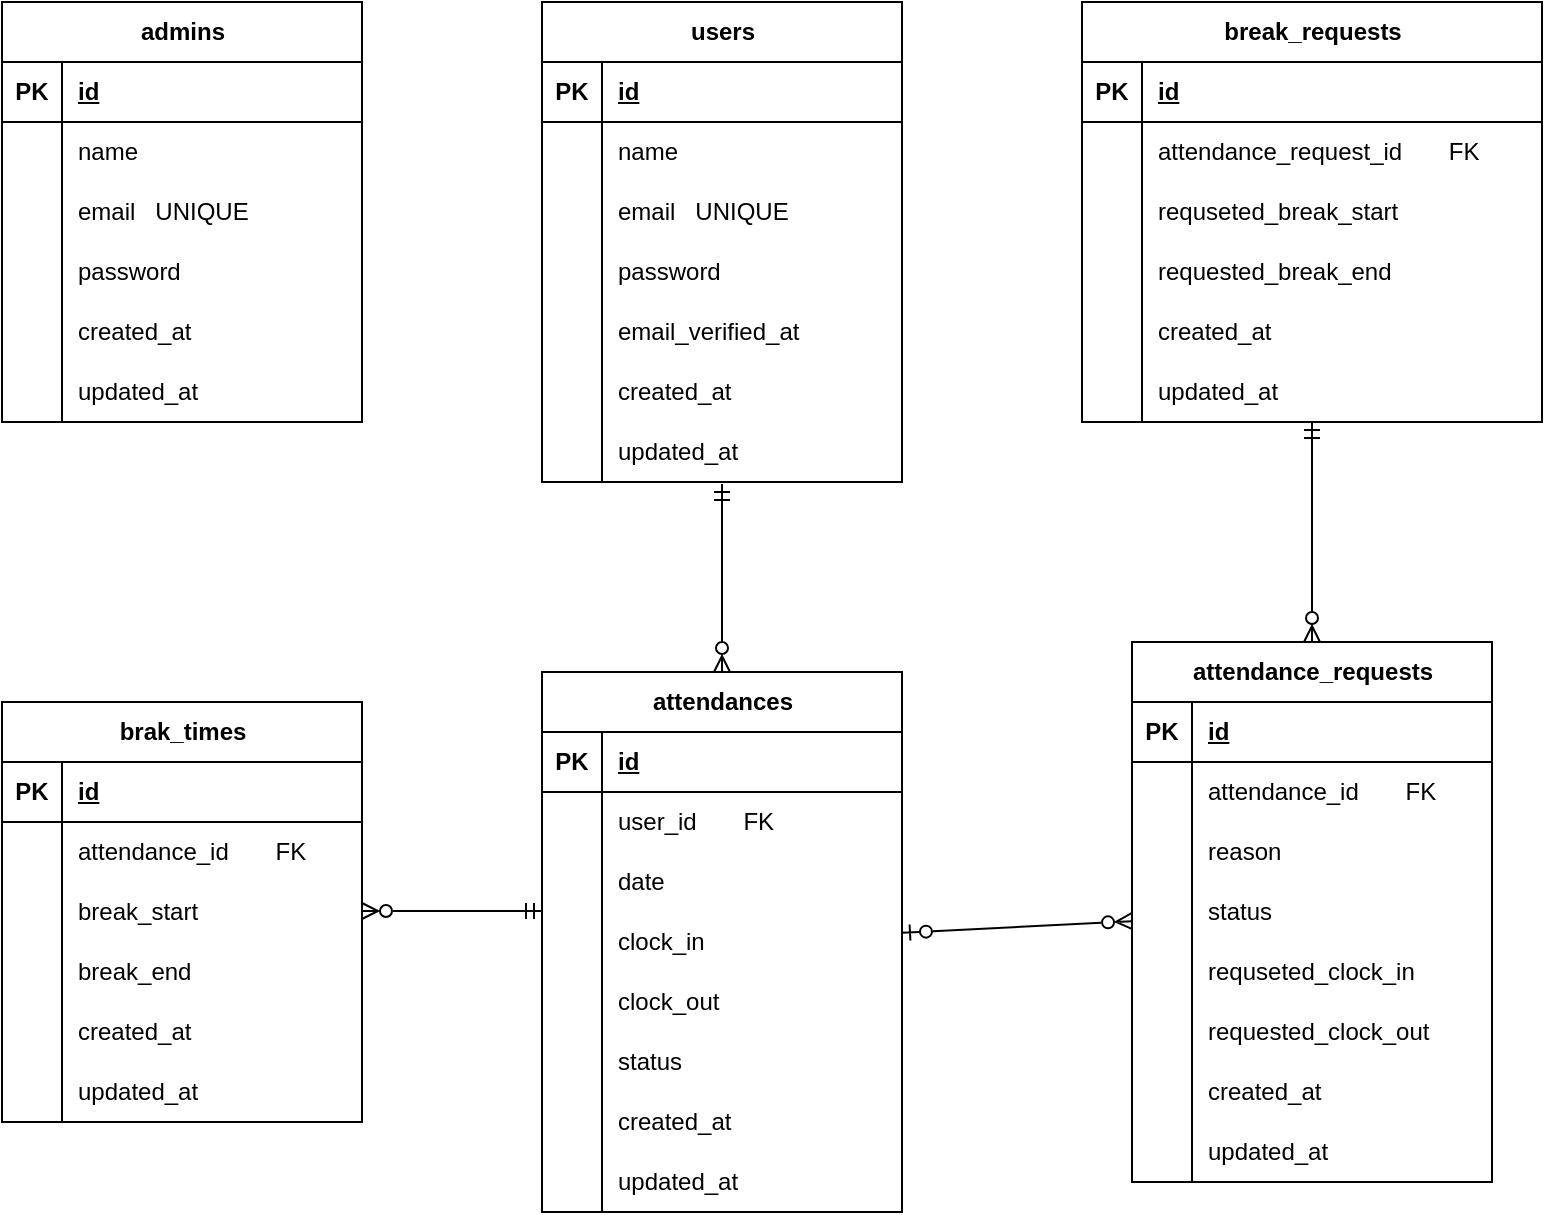
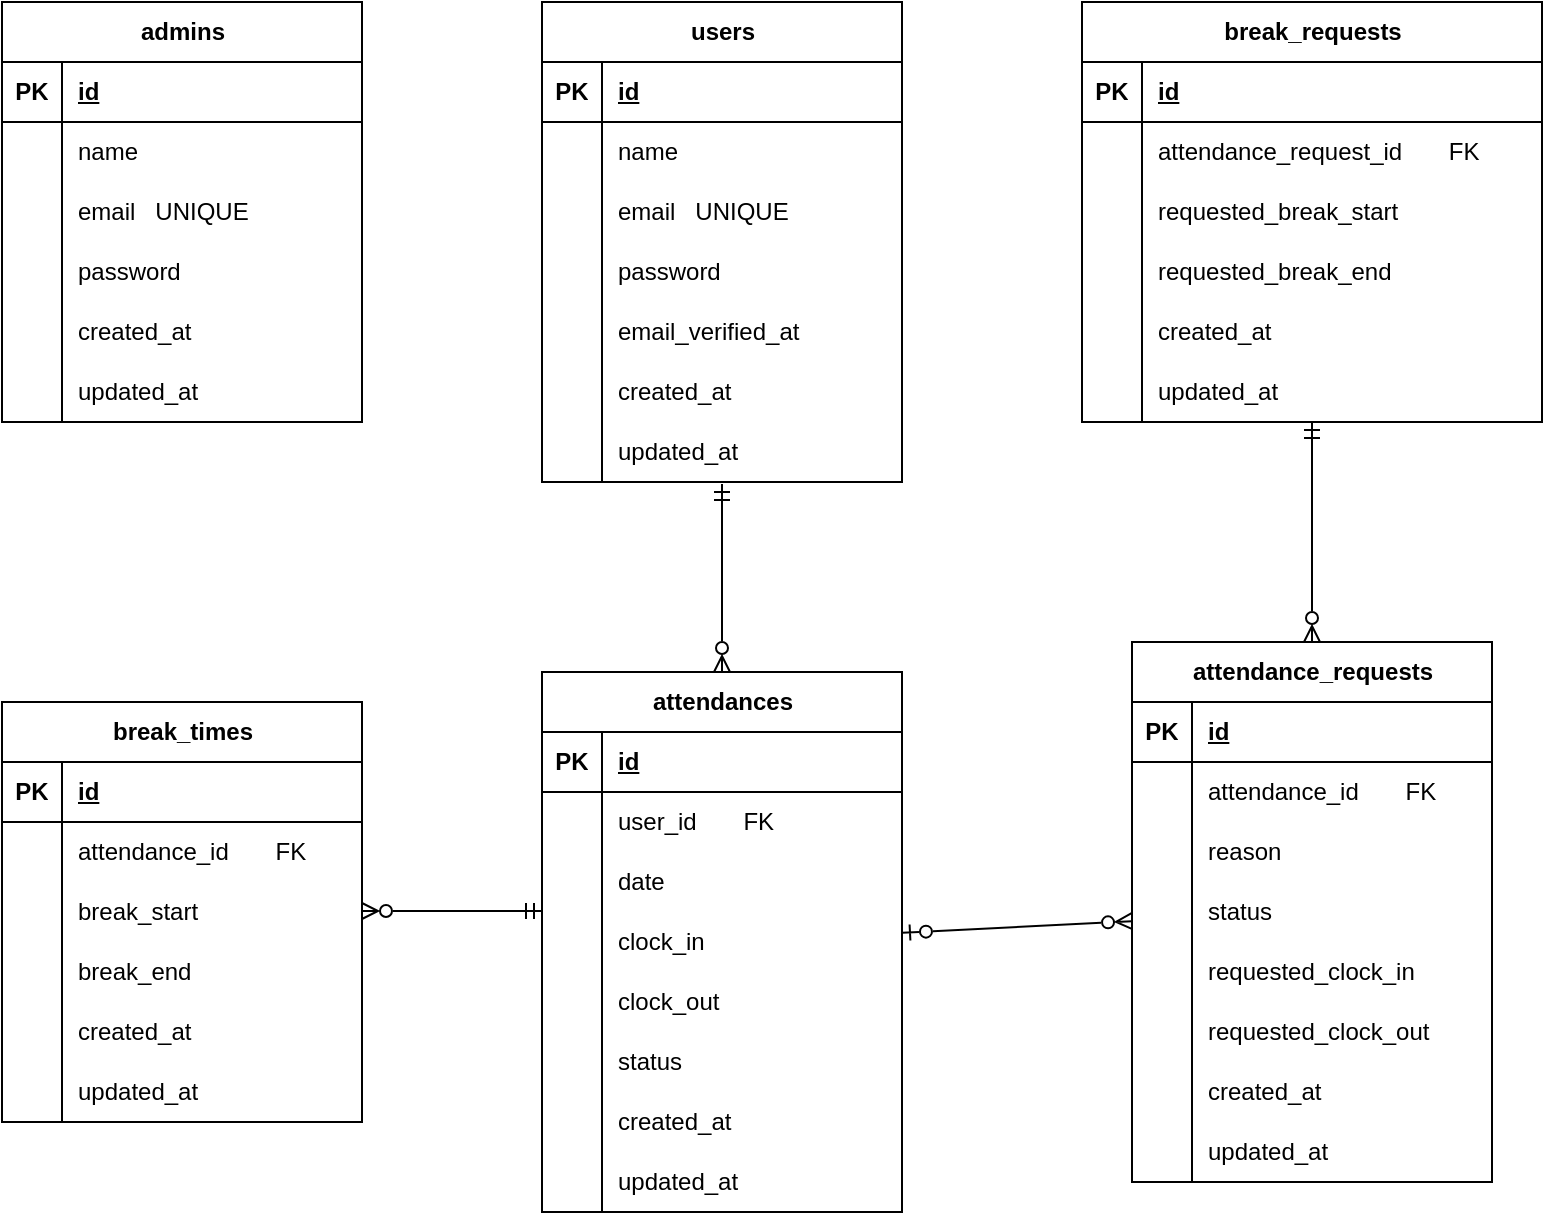
<mxfile host="65bd71144e">
    <diagram id="FCkMkoiWITbanCBnErXN" name="ページ1">
-         <mxGraphModel dx="640" dy="422" grid="1" gridSize="10" guides="1" tooltips="1" connect="1" arrows="1" fold="1" page="1" pageScale="1" pageWidth="827" pageHeight="1169" math="0" shadow="0">
+         <mxGraphModel dx="490" dy="538" grid="1" gridSize="10" guides="1" tooltips="1" connect="1" arrows="1" fold="1" page="1" pageScale="1" pageWidth="827" pageHeight="1169" math="0" shadow="0">
            <root>
                <mxCell id="0"/>
                <mxCell id="1" parent="0"/>
                <mxCell id="2" value="users" style="shape=table;startSize=30;container=1;collapsible=1;childLayout=tableLayout;fixedRows=1;rowLines=0;fontStyle=1;align=center;resizeLast=1;html=1;" parent="1" vertex="1">
                    <mxGeometry x="310" y="40" width="180" height="240" as="geometry"/>
                </mxCell>
                <mxCell id="3" value="" style="shape=tableRow;horizontal=0;startSize=0;swimlaneHead=0;swimlaneBody=0;fillColor=none;collapsible=0;dropTarget=0;points=[[0,0.5],[1,0.5]];portConstraint=eastwest;top=0;left=0;right=0;bottom=1;" parent="2" vertex="1">
                    <mxGeometry y="30" width="180" height="30" as="geometry"/>
                </mxCell>
                <mxCell id="4" value="PK" style="shape=partialRectangle;connectable=0;fillColor=none;top=0;left=0;bottom=0;right=0;fontStyle=1;overflow=hidden;whiteSpace=wrap;html=1;" parent="3" vertex="1">
                    <mxGeometry width="30" height="30" as="geometry">
                        <mxRectangle width="30" height="30" as="alternateBounds"/>
                    </mxGeometry>
                </mxCell>
                <mxCell id="5" value="id" style="shape=partialRectangle;connectable=0;fillColor=none;top=0;left=0;bottom=0;right=0;align=left;spacingLeft=6;fontStyle=5;overflow=hidden;whiteSpace=wrap;html=1;" parent="3" vertex="1">
                    <mxGeometry x="30" width="150" height="30" as="geometry">
                        <mxRectangle width="150" height="30" as="alternateBounds"/>
                    </mxGeometry>
                </mxCell>
                <mxCell id="6" value="" style="shape=tableRow;horizontal=0;startSize=0;swimlaneHead=0;swimlaneBody=0;fillColor=none;collapsible=0;dropTarget=0;points=[[0,0.5],[1,0.5]];portConstraint=eastwest;top=0;left=0;right=0;bottom=0;" parent="2" vertex="1">
                    <mxGeometry y="60" width="180" height="30" as="geometry"/>
                </mxCell>
                <mxCell id="7" value="" style="shape=partialRectangle;connectable=0;fillColor=none;top=0;left=0;bottom=0;right=0;editable=1;overflow=hidden;whiteSpace=wrap;html=1;" parent="6" vertex="1">
                    <mxGeometry width="30" height="30" as="geometry">
                        <mxRectangle width="30" height="30" as="alternateBounds"/>
                    </mxGeometry>
                </mxCell>
                <mxCell id="8" value="name" style="shape=partialRectangle;connectable=0;fillColor=none;top=0;left=0;bottom=0;right=0;align=left;spacingLeft=6;overflow=hidden;whiteSpace=wrap;html=1;" parent="6" vertex="1">
                    <mxGeometry x="30" width="150" height="30" as="geometry">
                        <mxRectangle width="150" height="30" as="alternateBounds"/>
                    </mxGeometry>
                </mxCell>
                <mxCell id="9" value="" style="shape=tableRow;horizontal=0;startSize=0;swimlaneHead=0;swimlaneBody=0;fillColor=none;collapsible=0;dropTarget=0;points=[[0,0.5],[1,0.5]];portConstraint=eastwest;top=0;left=0;right=0;bottom=0;" parent="2" vertex="1">
                    <mxGeometry y="90" width="180" height="30" as="geometry"/>
                </mxCell>
                <mxCell id="10" value="" style="shape=partialRectangle;connectable=0;fillColor=none;top=0;left=0;bottom=0;right=0;editable=1;overflow=hidden;whiteSpace=wrap;html=1;" parent="9" vertex="1">
                    <mxGeometry width="30" height="30" as="geometry">
                        <mxRectangle width="30" height="30" as="alternateBounds"/>
                    </mxGeometry>
                </mxCell>
                <mxCell id="11" value="email&amp;nbsp; &amp;nbsp;UNIQUE" style="shape=partialRectangle;connectable=0;fillColor=none;top=0;left=0;bottom=0;right=0;align=left;spacingLeft=6;overflow=hidden;whiteSpace=wrap;html=1;" parent="9" vertex="1">
                    <mxGeometry x="30" width="150" height="30" as="geometry">
                        <mxRectangle width="150" height="30" as="alternateBounds"/>
                    </mxGeometry>
                </mxCell>
                <mxCell id="12" value="" style="shape=tableRow;horizontal=0;startSize=0;swimlaneHead=0;swimlaneBody=0;fillColor=none;collapsible=0;dropTarget=0;points=[[0,0.5],[1,0.5]];portConstraint=eastwest;top=0;left=0;right=0;bottom=0;" parent="2" vertex="1">
                    <mxGeometry y="120" width="180" height="30" as="geometry"/>
                </mxCell>
                <mxCell id="13" value="" style="shape=partialRectangle;connectable=0;fillColor=none;top=0;left=0;bottom=0;right=0;editable=1;overflow=hidden;whiteSpace=wrap;html=1;" parent="12" vertex="1">
                    <mxGeometry width="30" height="30" as="geometry">
                        <mxRectangle width="30" height="30" as="alternateBounds"/>
                    </mxGeometry>
                </mxCell>
                <mxCell id="14" value="password" style="shape=partialRectangle;connectable=0;fillColor=none;top=0;left=0;bottom=0;right=0;align=left;spacingLeft=6;overflow=hidden;whiteSpace=wrap;html=1;" parent="12" vertex="1">
                    <mxGeometry x="30" width="150" height="30" as="geometry">
                        <mxRectangle width="150" height="30" as="alternateBounds"/>
                    </mxGeometry>
                </mxCell>
                <mxCell id="15" value="" style="shape=tableRow;horizontal=0;startSize=0;swimlaneHead=0;swimlaneBody=0;fillColor=none;collapsible=0;dropTarget=0;points=[[0,0.5],[1,0.5]];portConstraint=eastwest;top=0;left=0;right=0;bottom=0;" parent="2" vertex="1">
                    <mxGeometry y="150" width="180" height="30" as="geometry"/>
                </mxCell>
                <mxCell id="16" value="" style="shape=partialRectangle;connectable=0;fillColor=none;top=0;left=0;bottom=0;right=0;editable=1;overflow=hidden;whiteSpace=wrap;html=1;" parent="15" vertex="1">
                    <mxGeometry width="30" height="30" as="geometry">
                        <mxRectangle width="30" height="30" as="alternateBounds"/>
                    </mxGeometry>
                </mxCell>
                <mxCell id="17" value="email_verified_at" style="shape=partialRectangle;connectable=0;fillColor=none;top=0;left=0;bottom=0;right=0;align=left;spacingLeft=6;overflow=hidden;whiteSpace=wrap;html=1;" parent="15" vertex="1">
                    <mxGeometry x="30" width="150" height="30" as="geometry">
                        <mxRectangle width="150" height="30" as="alternateBounds"/>
                    </mxGeometry>
                </mxCell>
                <mxCell id="18" value="" style="shape=tableRow;horizontal=0;startSize=0;swimlaneHead=0;swimlaneBody=0;fillColor=none;collapsible=0;dropTarget=0;points=[[0,0.5],[1,0.5]];portConstraint=eastwest;top=0;left=0;right=0;bottom=0;" parent="2" vertex="1">
                    <mxGeometry y="180" width="180" height="30" as="geometry"/>
                </mxCell>
                <mxCell id="19" value="" style="shape=partialRectangle;connectable=0;fillColor=none;top=0;left=0;bottom=0;right=0;editable=1;overflow=hidden;whiteSpace=wrap;html=1;" parent="18" vertex="1">
                    <mxGeometry width="30" height="30" as="geometry">
                        <mxRectangle width="30" height="30" as="alternateBounds"/>
                    </mxGeometry>
                </mxCell>
                <mxCell id="20" value="created_at" style="shape=partialRectangle;connectable=0;fillColor=none;top=0;left=0;bottom=0;right=0;align=left;spacingLeft=6;overflow=hidden;whiteSpace=wrap;html=1;" parent="18" vertex="1">
                    <mxGeometry x="30" width="150" height="30" as="geometry">
                        <mxRectangle width="150" height="30" as="alternateBounds"/>
                    </mxGeometry>
                </mxCell>
                <mxCell id="21" value="" style="shape=tableRow;horizontal=0;startSize=0;swimlaneHead=0;swimlaneBody=0;fillColor=none;collapsible=0;dropTarget=0;points=[[0,0.5],[1,0.5]];portConstraint=eastwest;top=0;left=0;right=0;bottom=0;" parent="2" vertex="1">
                    <mxGeometry y="210" width="180" height="30" as="geometry"/>
                </mxCell>
                <mxCell id="22" value="" style="shape=partialRectangle;connectable=0;fillColor=none;top=0;left=0;bottom=0;right=0;editable=1;overflow=hidden;whiteSpace=wrap;html=1;" parent="21" vertex="1">
                    <mxGeometry width="30" height="30" as="geometry">
                        <mxRectangle width="30" height="30" as="alternateBounds"/>
                    </mxGeometry>
                </mxCell>
                <mxCell id="23" value="updated_at" style="shape=partialRectangle;connectable=0;fillColor=none;top=0;left=0;bottom=0;right=0;align=left;spacingLeft=6;overflow=hidden;whiteSpace=wrap;html=1;" parent="21" vertex="1">
                    <mxGeometry x="30" width="150" height="30" as="geometry">
                        <mxRectangle width="150" height="30" as="alternateBounds"/>
                    </mxGeometry>
                </mxCell>
                <mxCell id="24" value="admins" style="shape=table;startSize=30;container=1;collapsible=1;childLayout=tableLayout;fixedRows=1;rowLines=0;fontStyle=1;align=center;resizeLast=1;html=1;" parent="1" vertex="1">
                    <mxGeometry x="40" y="40" width="180" height="210" as="geometry"/>
                </mxCell>
                <mxCell id="25" value="" style="shape=tableRow;horizontal=0;startSize=0;swimlaneHead=0;swimlaneBody=0;fillColor=none;collapsible=0;dropTarget=0;points=[[0,0.5],[1,0.5]];portConstraint=eastwest;top=0;left=0;right=0;bottom=1;" parent="24" vertex="1">
                    <mxGeometry y="30" width="180" height="30" as="geometry"/>
                </mxCell>
                <mxCell id="26" value="PK" style="shape=partialRectangle;connectable=0;fillColor=none;top=0;left=0;bottom=0;right=0;fontStyle=1;overflow=hidden;whiteSpace=wrap;html=1;" parent="25" vertex="1">
                    <mxGeometry width="30" height="30" as="geometry">
                        <mxRectangle width="30" height="30" as="alternateBounds"/>
                    </mxGeometry>
                </mxCell>
                <mxCell id="27" value="id" style="shape=partialRectangle;connectable=0;fillColor=none;top=0;left=0;bottom=0;right=0;align=left;spacingLeft=6;fontStyle=5;overflow=hidden;whiteSpace=wrap;html=1;" parent="25" vertex="1">
                    <mxGeometry x="30" width="150" height="30" as="geometry">
                        <mxRectangle width="150" height="30" as="alternateBounds"/>
                    </mxGeometry>
                </mxCell>
                <mxCell id="28" value="" style="shape=tableRow;horizontal=0;startSize=0;swimlaneHead=0;swimlaneBody=0;fillColor=none;collapsible=0;dropTarget=0;points=[[0,0.5],[1,0.5]];portConstraint=eastwest;top=0;left=0;right=0;bottom=0;" parent="24" vertex="1">
                    <mxGeometry y="60" width="180" height="30" as="geometry"/>
                </mxCell>
                <mxCell id="29" value="" style="shape=partialRectangle;connectable=0;fillColor=none;top=0;left=0;bottom=0;right=0;editable=1;overflow=hidden;whiteSpace=wrap;html=1;" parent="28" vertex="1">
                    <mxGeometry width="30" height="30" as="geometry">
                        <mxRectangle width="30" height="30" as="alternateBounds"/>
                    </mxGeometry>
                </mxCell>
                <mxCell id="30" value="name" style="shape=partialRectangle;connectable=0;fillColor=none;top=0;left=0;bottom=0;right=0;align=left;spacingLeft=6;overflow=hidden;whiteSpace=wrap;html=1;" parent="28" vertex="1">
                    <mxGeometry x="30" width="150" height="30" as="geometry">
                        <mxRectangle width="150" height="30" as="alternateBounds"/>
                    </mxGeometry>
                </mxCell>
                <mxCell id="31" value="" style="shape=tableRow;horizontal=0;startSize=0;swimlaneHead=0;swimlaneBody=0;fillColor=none;collapsible=0;dropTarget=0;points=[[0,0.5],[1,0.5]];portConstraint=eastwest;top=0;left=0;right=0;bottom=0;" parent="24" vertex="1">
                    <mxGeometry y="90" width="180" height="30" as="geometry"/>
                </mxCell>
                <mxCell id="32" value="" style="shape=partialRectangle;connectable=0;fillColor=none;top=0;left=0;bottom=0;right=0;editable=1;overflow=hidden;whiteSpace=wrap;html=1;" parent="31" vertex="1">
                    <mxGeometry width="30" height="30" as="geometry">
                        <mxRectangle width="30" height="30" as="alternateBounds"/>
                    </mxGeometry>
                </mxCell>
                <mxCell id="33" value="email&amp;nbsp; &amp;nbsp;UNIQUE" style="shape=partialRectangle;connectable=0;fillColor=none;top=0;left=0;bottom=0;right=0;align=left;spacingLeft=6;overflow=hidden;whiteSpace=wrap;html=1;" parent="31" vertex="1">
                    <mxGeometry x="30" width="150" height="30" as="geometry">
                        <mxRectangle width="150" height="30" as="alternateBounds"/>
                    </mxGeometry>
                </mxCell>
                <mxCell id="34" value="" style="shape=tableRow;horizontal=0;startSize=0;swimlaneHead=0;swimlaneBody=0;fillColor=none;collapsible=0;dropTarget=0;points=[[0,0.5],[1,0.5]];portConstraint=eastwest;top=0;left=0;right=0;bottom=0;" parent="24" vertex="1">
                    <mxGeometry y="120" width="180" height="30" as="geometry"/>
                </mxCell>
                <mxCell id="35" value="" style="shape=partialRectangle;connectable=0;fillColor=none;top=0;left=0;bottom=0;right=0;editable=1;overflow=hidden;whiteSpace=wrap;html=1;" parent="34" vertex="1">
                    <mxGeometry width="30" height="30" as="geometry">
                        <mxRectangle width="30" height="30" as="alternateBounds"/>
                    </mxGeometry>
                </mxCell>
                <mxCell id="36" value="password" style="shape=partialRectangle;connectable=0;fillColor=none;top=0;left=0;bottom=0;right=0;align=left;spacingLeft=6;overflow=hidden;whiteSpace=wrap;html=1;" parent="34" vertex="1">
                    <mxGeometry x="30" width="150" height="30" as="geometry">
                        <mxRectangle width="150" height="30" as="alternateBounds"/>
                    </mxGeometry>
                </mxCell>
                <mxCell id="40" value="" style="shape=tableRow;horizontal=0;startSize=0;swimlaneHead=0;swimlaneBody=0;fillColor=none;collapsible=0;dropTarget=0;points=[[0,0.5],[1,0.5]];portConstraint=eastwest;top=0;left=0;right=0;bottom=0;" parent="24" vertex="1">
                    <mxGeometry y="150" width="180" height="30" as="geometry"/>
                </mxCell>
                <mxCell id="41" value="" style="shape=partialRectangle;connectable=0;fillColor=none;top=0;left=0;bottom=0;right=0;editable=1;overflow=hidden;whiteSpace=wrap;html=1;" parent="40" vertex="1">
                    <mxGeometry width="30" height="30" as="geometry">
                        <mxRectangle width="30" height="30" as="alternateBounds"/>
                    </mxGeometry>
                </mxCell>
                <mxCell id="42" value="created_at" style="shape=partialRectangle;connectable=0;fillColor=none;top=0;left=0;bottom=0;right=0;align=left;spacingLeft=6;overflow=hidden;whiteSpace=wrap;html=1;" parent="40" vertex="1">
                    <mxGeometry x="30" width="150" height="30" as="geometry">
                        <mxRectangle width="150" height="30" as="alternateBounds"/>
                    </mxGeometry>
                </mxCell>
                <mxCell id="43" value="" style="shape=tableRow;horizontal=0;startSize=0;swimlaneHead=0;swimlaneBody=0;fillColor=none;collapsible=0;dropTarget=0;points=[[0,0.5],[1,0.5]];portConstraint=eastwest;top=0;left=0;right=0;bottom=0;" parent="24" vertex="1">
                    <mxGeometry y="180" width="180" height="30" as="geometry"/>
                </mxCell>
                <mxCell id="44" value="" style="shape=partialRectangle;connectable=0;fillColor=none;top=0;left=0;bottom=0;right=0;editable=1;overflow=hidden;whiteSpace=wrap;html=1;" parent="43" vertex="1">
                    <mxGeometry width="30" height="30" as="geometry">
                        <mxRectangle width="30" height="30" as="alternateBounds"/>
                    </mxGeometry>
                </mxCell>
                <mxCell id="45" value="updated_at" style="shape=partialRectangle;connectable=0;fillColor=none;top=0;left=0;bottom=0;right=0;align=left;spacingLeft=6;overflow=hidden;whiteSpace=wrap;html=1;" parent="43" vertex="1">
                    <mxGeometry x="30" width="150" height="30" as="geometry">
                        <mxRectangle width="150" height="30" as="alternateBounds"/>
                    </mxGeometry>
                </mxCell>
                <mxCell id="48" value="attendances" style="shape=table;startSize=30;container=1;collapsible=1;childLayout=tableLayout;fixedRows=1;rowLines=0;fontStyle=1;align=center;resizeLast=1;html=1;" parent="1" vertex="1">
                    <mxGeometry x="310" y="375" width="180" height="270" as="geometry"/>
                </mxCell>
                <mxCell id="49" value="" style="shape=tableRow;horizontal=0;startSize=0;swimlaneHead=0;swimlaneBody=0;fillColor=none;collapsible=0;dropTarget=0;points=[[0,0.5],[1,0.5]];portConstraint=eastwest;top=0;left=0;right=0;bottom=1;" parent="48" vertex="1">
                    <mxGeometry y="30" width="180" height="30" as="geometry"/>
                </mxCell>
                <mxCell id="50" value="PK" style="shape=partialRectangle;connectable=0;fillColor=none;top=0;left=0;bottom=0;right=0;fontStyle=1;overflow=hidden;whiteSpace=wrap;html=1;" parent="49" vertex="1">
                    <mxGeometry width="30" height="30" as="geometry">
                        <mxRectangle width="30" height="30" as="alternateBounds"/>
                    </mxGeometry>
                </mxCell>
                <mxCell id="51" value="id" style="shape=partialRectangle;connectable=0;fillColor=none;top=0;left=0;bottom=0;right=0;align=left;spacingLeft=6;fontStyle=5;overflow=hidden;whiteSpace=wrap;html=1;" parent="49" vertex="1">
                    <mxGeometry x="30" width="150" height="30" as="geometry">
                        <mxRectangle width="150" height="30" as="alternateBounds"/>
                    </mxGeometry>
                </mxCell>
                <mxCell id="52" value="" style="shape=tableRow;horizontal=0;startSize=0;swimlaneHead=0;swimlaneBody=0;fillColor=none;collapsible=0;dropTarget=0;points=[[0,0.5],[1,0.5]];portConstraint=eastwest;top=0;left=0;right=0;bottom=0;" parent="48" vertex="1">
                    <mxGeometry y="60" width="180" height="30" as="geometry"/>
                </mxCell>
                <mxCell id="53" value="" style="shape=partialRectangle;connectable=0;fillColor=none;top=0;left=0;bottom=0;right=0;editable=1;overflow=hidden;whiteSpace=wrap;html=1;" parent="52" vertex="1">
                    <mxGeometry width="30" height="30" as="geometry">
                        <mxRectangle width="30" height="30" as="alternateBounds"/>
                    </mxGeometry>
                </mxCell>
                <mxCell id="54" value="user_id&amp;nbsp; &amp;nbsp; &amp;nbsp; &amp;nbsp;FK&amp;nbsp; &amp;nbsp;&amp;nbsp;" style="shape=partialRectangle;connectable=0;fillColor=none;top=0;left=0;bottom=0;right=0;align=left;spacingLeft=6;overflow=hidden;whiteSpace=wrap;html=1;" parent="52" vertex="1">
                    <mxGeometry x="30" width="150" height="30" as="geometry">
                        <mxRectangle width="150" height="30" as="alternateBounds"/>
                    </mxGeometry>
                </mxCell>
                <mxCell id="55" value="" style="shape=tableRow;horizontal=0;startSize=0;swimlaneHead=0;swimlaneBody=0;fillColor=none;collapsible=0;dropTarget=0;points=[[0,0.5],[1,0.5]];portConstraint=eastwest;top=0;left=0;right=0;bottom=0;" parent="48" vertex="1">
                    <mxGeometry y="90" width="180" height="30" as="geometry"/>
                </mxCell>
                <mxCell id="56" value="" style="shape=partialRectangle;connectable=0;fillColor=none;top=0;left=0;bottom=0;right=0;editable=1;overflow=hidden;whiteSpace=wrap;html=1;" parent="55" vertex="1">
                    <mxGeometry width="30" height="30" as="geometry">
                        <mxRectangle width="30" height="30" as="alternateBounds"/>
                    </mxGeometry>
                </mxCell>
                <mxCell id="57" value="date" style="shape=partialRectangle;connectable=0;fillColor=none;top=0;left=0;bottom=0;right=0;align=left;spacingLeft=6;overflow=hidden;whiteSpace=wrap;html=1;" parent="55" vertex="1">
                    <mxGeometry x="30" width="150" height="30" as="geometry">
                        <mxRectangle width="150" height="30" as="alternateBounds"/>
                    </mxGeometry>
                </mxCell>
                <mxCell id="58" value="" style="shape=tableRow;horizontal=0;startSize=0;swimlaneHead=0;swimlaneBody=0;fillColor=none;collapsible=0;dropTarget=0;points=[[0,0.5],[1,0.5]];portConstraint=eastwest;top=0;left=0;right=0;bottom=0;" parent="48" vertex="1">
                    <mxGeometry y="120" width="180" height="30" as="geometry"/>
                </mxCell>
                <mxCell id="59" value="" style="shape=partialRectangle;connectable=0;fillColor=none;top=0;left=0;bottom=0;right=0;editable=1;overflow=hidden;whiteSpace=wrap;html=1;" parent="58" vertex="1">
                    <mxGeometry width="30" height="30" as="geometry">
                        <mxRectangle width="30" height="30" as="alternateBounds"/>
                    </mxGeometry>
                </mxCell>
                <mxCell id="60" value="clock_in" style="shape=partialRectangle;connectable=0;fillColor=none;top=0;left=0;bottom=0;right=0;align=left;spacingLeft=6;overflow=hidden;whiteSpace=wrap;html=1;" parent="58" vertex="1">
                    <mxGeometry x="30" width="150" height="30" as="geometry">
                        <mxRectangle width="150" height="30" as="alternateBounds"/>
                    </mxGeometry>
                </mxCell>
                <mxCell id="61" value="" style="shape=tableRow;horizontal=0;startSize=0;swimlaneHead=0;swimlaneBody=0;fillColor=none;collapsible=0;dropTarget=0;points=[[0,0.5],[1,0.5]];portConstraint=eastwest;top=0;left=0;right=0;bottom=0;" parent="48" vertex="1">
                    <mxGeometry y="150" width="180" height="30" as="geometry"/>
                </mxCell>
                <mxCell id="62" value="" style="shape=partialRectangle;connectable=0;fillColor=none;top=0;left=0;bottom=0;right=0;editable=1;overflow=hidden;whiteSpace=wrap;html=1;" parent="61" vertex="1">
                    <mxGeometry width="30" height="30" as="geometry">
                        <mxRectangle width="30" height="30" as="alternateBounds"/>
                    </mxGeometry>
                </mxCell>
                <mxCell id="63" value="clock_out" style="shape=partialRectangle;connectable=0;fillColor=none;top=0;left=0;bottom=0;right=0;align=left;spacingLeft=6;overflow=hidden;whiteSpace=wrap;html=1;" parent="61" vertex="1">
                    <mxGeometry x="30" width="150" height="30" as="geometry">
                        <mxRectangle width="150" height="30" as="alternateBounds"/>
                    </mxGeometry>
                </mxCell>
-                 <mxCell id="160" style="shape=tableRow;horizontal=0;startSize=0;swimlaneHead=0;swimlaneBody=0;fillColor=none;collapsible=0;dropTarget=0;points=[[0,0.5],[1,0.5]];portConstraint=eastwest;top=0;left=0;right=0;bottom=0;" vertex="1" parent="48">
+                 <mxCell id="160" style="shape=tableRow;horizontal=0;startSize=0;swimlaneHead=0;swimlaneBody=0;fillColor=none;collapsible=0;dropTarget=0;points=[[0,0.5],[1,0.5]];portConstraint=eastwest;top=0;left=0;right=0;bottom=0;" parent="48" vertex="1">
                    <mxGeometry y="180" width="180" height="30" as="geometry"/>
                </mxCell>
-                 <mxCell id="161" style="shape=partialRectangle;connectable=0;fillColor=none;top=0;left=0;bottom=0;right=0;editable=1;overflow=hidden;whiteSpace=wrap;html=1;" vertex="1" parent="160">
-                     <mxGeometry width="30" height="30" as="geometry">
-                         <mxRectangle width="30" height="30" as="alternateBounds"/>
-                     </mxGeometry>
-                 </mxCell>
-                 <mxCell id="162" value="status" style="shape=partialRectangle;connectable=0;fillColor=none;top=0;left=0;bottom=0;right=0;align=left;spacingLeft=6;overflow=hidden;whiteSpace=wrap;html=1;" vertex="1" parent="160">
+                 <mxCell id="161" style="shape=partialRectangle;connectable=0;fillColor=none;top=0;left=0;bottom=0;right=0;editable=1;overflow=hidden;whiteSpace=wrap;html=1;" parent="160" vertex="1">
+                     <mxGeometry width="30" height="30" as="geometry">
+                         <mxRectangle width="30" height="30" as="alternateBounds"/>
+                     </mxGeometry>
+                 </mxCell>
+                 <mxCell id="162" value="status" style="shape=partialRectangle;connectable=0;fillColor=none;top=0;left=0;bottom=0;right=0;align=left;spacingLeft=6;overflow=hidden;whiteSpace=wrap;html=1;" parent="160" vertex="1">
                    <mxGeometry x="30" width="150" height="30" as="geometry">
                        <mxRectangle width="150" height="30" as="alternateBounds"/>
                    </mxGeometry>
                </mxCell>
                <mxCell id="64" value="" style="shape=tableRow;horizontal=0;startSize=0;swimlaneHead=0;swimlaneBody=0;fillColor=none;collapsible=0;dropTarget=0;points=[[0,0.5],[1,0.5]];portConstraint=eastwest;top=0;left=0;right=0;bottom=0;" parent="48" vertex="1">
                    <mxGeometry y="210" width="180" height="30" as="geometry"/>
                </mxCell>
                <mxCell id="65" value="" style="shape=partialRectangle;connectable=0;fillColor=none;top=0;left=0;bottom=0;right=0;editable=1;overflow=hidden;whiteSpace=wrap;html=1;" parent="64" vertex="1">
                    <mxGeometry width="30" height="30" as="geometry">
                        <mxRectangle width="30" height="30" as="alternateBounds"/>
                    </mxGeometry>
                </mxCell>
                <mxCell id="66" value="created_at" style="shape=partialRectangle;connectable=0;fillColor=none;top=0;left=0;bottom=0;right=0;align=left;spacingLeft=6;overflow=hidden;whiteSpace=wrap;html=1;" parent="64" vertex="1">
                    <mxGeometry x="30" width="150" height="30" as="geometry">
                        <mxRectangle width="150" height="30" as="alternateBounds"/>
                    </mxGeometry>
                </mxCell>
                <mxCell id="67" value="" style="shape=tableRow;horizontal=0;startSize=0;swimlaneHead=0;swimlaneBody=0;fillColor=none;collapsible=0;dropTarget=0;points=[[0,0.5],[1,0.5]];portConstraint=eastwest;top=0;left=0;right=0;bottom=0;" parent="48" vertex="1">
                    <mxGeometry y="240" width="180" height="30" as="geometry"/>
                </mxCell>
                <mxCell id="68" value="" style="shape=partialRectangle;connectable=0;fillColor=none;top=0;left=0;bottom=0;right=0;editable=1;overflow=hidden;whiteSpace=wrap;html=1;" parent="67" vertex="1">
                    <mxGeometry width="30" height="30" as="geometry">
                        <mxRectangle width="30" height="30" as="alternateBounds"/>
                    </mxGeometry>
                </mxCell>
                <mxCell id="69" value="updated_at" style="shape=partialRectangle;connectable=0;fillColor=none;top=0;left=0;bottom=0;right=0;align=left;spacingLeft=6;overflow=hidden;whiteSpace=wrap;html=1;" parent="67" vertex="1">
                    <mxGeometry x="30" width="150" height="30" as="geometry">
                        <mxRectangle width="150" height="30" as="alternateBounds"/>
                    </mxGeometry>
                </mxCell>
-                 <mxCell id="70" value="brak_times" style="shape=table;startSize=30;container=1;collapsible=1;childLayout=tableLayout;fixedRows=1;rowLines=0;fontStyle=1;align=center;resizeLast=1;html=1;" parent="1" vertex="1">
+                 <mxCell id="70" value="break_times" style="shape=table;startSize=30;container=1;collapsible=1;childLayout=tableLayout;fixedRows=1;rowLines=0;fontStyle=1;align=center;resizeLast=1;html=1;" parent="1" vertex="1">
                    <mxGeometry x="40" y="390" width="180" height="210" as="geometry"/>
                </mxCell>
                <mxCell id="71" value="" style="shape=tableRow;horizontal=0;startSize=0;swimlaneHead=0;swimlaneBody=0;fillColor=none;collapsible=0;dropTarget=0;points=[[0,0.5],[1,0.5]];portConstraint=eastwest;top=0;left=0;right=0;bottom=1;" parent="70" vertex="1">
                    <mxGeometry y="30" width="180" height="30" as="geometry"/>
                </mxCell>
                <mxCell id="72" value="PK" style="shape=partialRectangle;connectable=0;fillColor=none;top=0;left=0;bottom=0;right=0;fontStyle=1;overflow=hidden;whiteSpace=wrap;html=1;" parent="71" vertex="1">
                    <mxGeometry width="30" height="30" as="geometry">
                        <mxRectangle width="30" height="30" as="alternateBounds"/>
                    </mxGeometry>
                </mxCell>
                <mxCell id="73" value="id" style="shape=partialRectangle;connectable=0;fillColor=none;top=0;left=0;bottom=0;right=0;align=left;spacingLeft=6;fontStyle=5;overflow=hidden;whiteSpace=wrap;html=1;" parent="71" vertex="1">
                    <mxGeometry x="30" width="150" height="30" as="geometry">
                        <mxRectangle width="150" height="30" as="alternateBounds"/>
                    </mxGeometry>
                </mxCell>
                <mxCell id="74" value="" style="shape=tableRow;horizontal=0;startSize=0;swimlaneHead=0;swimlaneBody=0;fillColor=none;collapsible=0;dropTarget=0;points=[[0,0.5],[1,0.5]];portConstraint=eastwest;top=0;left=0;right=0;bottom=0;" parent="70" vertex="1">
                    <mxGeometry y="60" width="180" height="30" as="geometry"/>
                </mxCell>
                <mxCell id="75" value="" style="shape=partialRectangle;connectable=0;fillColor=none;top=0;left=0;bottom=0;right=0;editable=1;overflow=hidden;whiteSpace=wrap;html=1;" parent="74" vertex="1">
                    <mxGeometry width="30" height="30" as="geometry">
                        <mxRectangle width="30" height="30" as="alternateBounds"/>
                    </mxGeometry>
                </mxCell>
                <mxCell id="76" value="attendance_id&amp;nbsp; &amp;nbsp; &amp;nbsp; &amp;nbsp;FK&amp;nbsp; &amp;nbsp;&amp;nbsp;" style="shape=partialRectangle;connectable=0;fillColor=none;top=0;left=0;bottom=0;right=0;align=left;spacingLeft=6;overflow=hidden;whiteSpace=wrap;html=1;" parent="74" vertex="1">
                    <mxGeometry x="30" width="150" height="30" as="geometry">
                        <mxRectangle width="150" height="30" as="alternateBounds"/>
                    </mxGeometry>
                </mxCell>
                <mxCell id="77" value="" style="shape=tableRow;horizontal=0;startSize=0;swimlaneHead=0;swimlaneBody=0;fillColor=none;collapsible=0;dropTarget=0;points=[[0,0.5],[1,0.5]];portConstraint=eastwest;top=0;left=0;right=0;bottom=0;" parent="70" vertex="1">
                    <mxGeometry y="90" width="180" height="30" as="geometry"/>
                </mxCell>
                <mxCell id="78" value="" style="shape=partialRectangle;connectable=0;fillColor=none;top=0;left=0;bottom=0;right=0;editable=1;overflow=hidden;whiteSpace=wrap;html=1;" parent="77" vertex="1">
                    <mxGeometry width="30" height="30" as="geometry">
                        <mxRectangle width="30" height="30" as="alternateBounds"/>
                    </mxGeometry>
                </mxCell>
                <mxCell id="79" value="break_start" style="shape=partialRectangle;connectable=0;fillColor=none;top=0;left=0;bottom=0;right=0;align=left;spacingLeft=6;overflow=hidden;whiteSpace=wrap;html=1;" parent="77" vertex="1">
                    <mxGeometry x="30" width="150" height="30" as="geometry">
                        <mxRectangle width="150" height="30" as="alternateBounds"/>
                    </mxGeometry>
                </mxCell>
                <mxCell id="80" value="" style="shape=tableRow;horizontal=0;startSize=0;swimlaneHead=0;swimlaneBody=0;fillColor=none;collapsible=0;dropTarget=0;points=[[0,0.5],[1,0.5]];portConstraint=eastwest;top=0;left=0;right=0;bottom=0;" parent="70" vertex="1">
                    <mxGeometry y="120" width="180" height="30" as="geometry"/>
                </mxCell>
                <mxCell id="81" value="" style="shape=partialRectangle;connectable=0;fillColor=none;top=0;left=0;bottom=0;right=0;editable=1;overflow=hidden;whiteSpace=wrap;html=1;" parent="80" vertex="1">
                    <mxGeometry width="30" height="30" as="geometry">
                        <mxRectangle width="30" height="30" as="alternateBounds"/>
                    </mxGeometry>
                </mxCell>
                <mxCell id="82" value="break_end" style="shape=partialRectangle;connectable=0;fillColor=none;top=0;left=0;bottom=0;right=0;align=left;spacingLeft=6;overflow=hidden;whiteSpace=wrap;html=1;" parent="80" vertex="1">
                    <mxGeometry x="30" width="150" height="30" as="geometry">
                        <mxRectangle width="150" height="30" as="alternateBounds"/>
                    </mxGeometry>
                </mxCell>
                <mxCell id="86" value="" style="shape=tableRow;horizontal=0;startSize=0;swimlaneHead=0;swimlaneBody=0;fillColor=none;collapsible=0;dropTarget=0;points=[[0,0.5],[1,0.5]];portConstraint=eastwest;top=0;left=0;right=0;bottom=0;" parent="70" vertex="1">
                    <mxGeometry y="150" width="180" height="30" as="geometry"/>
                </mxCell>
                <mxCell id="87" value="" style="shape=partialRectangle;connectable=0;fillColor=none;top=0;left=0;bottom=0;right=0;editable=1;overflow=hidden;whiteSpace=wrap;html=1;" parent="86" vertex="1">
                    <mxGeometry width="30" height="30" as="geometry">
                        <mxRectangle width="30" height="30" as="alternateBounds"/>
                    </mxGeometry>
                </mxCell>
                <mxCell id="88" value="created_at" style="shape=partialRectangle;connectable=0;fillColor=none;top=0;left=0;bottom=0;right=0;align=left;spacingLeft=6;overflow=hidden;whiteSpace=wrap;html=1;" parent="86" vertex="1">
                    <mxGeometry x="30" width="150" height="30" as="geometry">
                        <mxRectangle width="150" height="30" as="alternateBounds"/>
                    </mxGeometry>
                </mxCell>
                <mxCell id="89" value="" style="shape=tableRow;horizontal=0;startSize=0;swimlaneHead=0;swimlaneBody=0;fillColor=none;collapsible=0;dropTarget=0;points=[[0,0.5],[1,0.5]];portConstraint=eastwest;top=0;left=0;right=0;bottom=0;" parent="70" vertex="1">
                    <mxGeometry y="180" width="180" height="30" as="geometry"/>
                </mxCell>
                <mxCell id="90" value="" style="shape=partialRectangle;connectable=0;fillColor=none;top=0;left=0;bottom=0;right=0;editable=1;overflow=hidden;whiteSpace=wrap;html=1;" parent="89" vertex="1">
                    <mxGeometry width="30" height="30" as="geometry">
                        <mxRectangle width="30" height="30" as="alternateBounds"/>
                    </mxGeometry>
                </mxCell>
                <mxCell id="91" value="updated_at" style="shape=partialRectangle;connectable=0;fillColor=none;top=0;left=0;bottom=0;right=0;align=left;spacingLeft=6;overflow=hidden;whiteSpace=wrap;html=1;" parent="89" vertex="1">
                    <mxGeometry x="30" width="150" height="30" as="geometry">
                        <mxRectangle width="150" height="30" as="alternateBounds"/>
                    </mxGeometry>
                </mxCell>
                <mxCell id="92" value="attendance_requests" style="shape=table;startSize=30;container=1;collapsible=1;childLayout=tableLayout;fixedRows=1;rowLines=0;fontStyle=1;align=center;resizeLast=1;html=1;" parent="1" vertex="1">
                    <mxGeometry x="605" y="360" width="180" height="270" as="geometry"/>
                </mxCell>
                <mxCell id="93" value="" style="shape=tableRow;horizontal=0;startSize=0;swimlaneHead=0;swimlaneBody=0;fillColor=none;collapsible=0;dropTarget=0;points=[[0,0.5],[1,0.5]];portConstraint=eastwest;top=0;left=0;right=0;bottom=1;" parent="92" vertex="1">
                    <mxGeometry y="30" width="180" height="30" as="geometry"/>
                </mxCell>
                <mxCell id="94" value="PK" style="shape=partialRectangle;connectable=0;fillColor=none;top=0;left=0;bottom=0;right=0;fontStyle=1;overflow=hidden;whiteSpace=wrap;html=1;" parent="93" vertex="1">
                    <mxGeometry width="30" height="30" as="geometry">
                        <mxRectangle width="30" height="30" as="alternateBounds"/>
                    </mxGeometry>
                </mxCell>
                <mxCell id="95" value="id" style="shape=partialRectangle;connectable=0;fillColor=none;top=0;left=0;bottom=0;right=0;align=left;spacingLeft=6;fontStyle=5;overflow=hidden;whiteSpace=wrap;html=1;" parent="93" vertex="1">
                    <mxGeometry x="30" width="150" height="30" as="geometry">
                        <mxRectangle width="150" height="30" as="alternateBounds"/>
                    </mxGeometry>
                </mxCell>
                <mxCell id="96" value="" style="shape=tableRow;horizontal=0;startSize=0;swimlaneHead=0;swimlaneBody=0;fillColor=none;collapsible=0;dropTarget=0;points=[[0,0.5],[1,0.5]];portConstraint=eastwest;top=0;left=0;right=0;bottom=0;" parent="92" vertex="1">
                    <mxGeometry y="60" width="180" height="30" as="geometry"/>
                </mxCell>
                <mxCell id="97" value="" style="shape=partialRectangle;connectable=0;fillColor=none;top=0;left=0;bottom=0;right=0;editable=1;overflow=hidden;whiteSpace=wrap;html=1;" parent="96" vertex="1">
                    <mxGeometry width="30" height="30" as="geometry">
                        <mxRectangle width="30" height="30" as="alternateBounds"/>
                    </mxGeometry>
                </mxCell>
                <mxCell id="98" value="attendance_id&amp;nbsp; &amp;nbsp; &amp;nbsp; &amp;nbsp;FK&amp;nbsp; &amp;nbsp;&amp;nbsp;" style="shape=partialRectangle;connectable=0;fillColor=none;top=0;left=0;bottom=0;right=0;align=left;spacingLeft=6;overflow=hidden;whiteSpace=wrap;html=1;" parent="96" vertex="1">
                    <mxGeometry x="30" width="150" height="30" as="geometry">
                        <mxRectangle width="150" height="30" as="alternateBounds"/>
                    </mxGeometry>
                </mxCell>
                <mxCell id="99" value="" style="shape=tableRow;horizontal=0;startSize=0;swimlaneHead=0;swimlaneBody=0;fillColor=none;collapsible=0;dropTarget=0;points=[[0,0.5],[1,0.5]];portConstraint=eastwest;top=0;left=0;right=0;bottom=0;" parent="92" vertex="1">
                    <mxGeometry y="90" width="180" height="30" as="geometry"/>
                </mxCell>
                <mxCell id="100" value="" style="shape=partialRectangle;connectable=0;fillColor=none;top=0;left=0;bottom=0;right=0;editable=1;overflow=hidden;whiteSpace=wrap;html=1;" parent="99" vertex="1">
                    <mxGeometry width="30" height="30" as="geometry">
                        <mxRectangle width="30" height="30" as="alternateBounds"/>
                    </mxGeometry>
                </mxCell>
                <mxCell id="101" value="reason" style="shape=partialRectangle;connectable=0;fillColor=none;top=0;left=0;bottom=0;right=0;align=left;spacingLeft=6;overflow=hidden;whiteSpace=wrap;html=1;" parent="99" vertex="1">
                    <mxGeometry x="30" width="150" height="30" as="geometry">
                        <mxRectangle width="150" height="30" as="alternateBounds"/>
                    </mxGeometry>
                </mxCell>
                <mxCell id="114" value="" style="shape=tableRow;horizontal=0;startSize=0;swimlaneHead=0;swimlaneBody=0;fillColor=none;collapsible=0;dropTarget=0;points=[[0,0.5],[1,0.5]];portConstraint=eastwest;top=0;left=0;right=0;bottom=0;" parent="92" vertex="1">
                    <mxGeometry y="120" width="180" height="30" as="geometry"/>
                </mxCell>
                <mxCell id="115" value="" style="shape=partialRectangle;connectable=0;fillColor=none;top=0;left=0;bottom=0;right=0;editable=1;overflow=hidden;whiteSpace=wrap;html=1;" parent="114" vertex="1">
                    <mxGeometry width="30" height="30" as="geometry">
                        <mxRectangle width="30" height="30" as="alternateBounds"/>
                    </mxGeometry>
                </mxCell>
                <mxCell id="116" value="status" style="shape=partialRectangle;connectable=0;fillColor=none;top=0;left=0;bottom=0;right=0;align=left;spacingLeft=6;overflow=hidden;whiteSpace=wrap;html=1;" parent="114" vertex="1">
                    <mxGeometry x="30" width="150" height="30" as="geometry">
                        <mxRectangle width="150" height="30" as="alternateBounds"/>
                    </mxGeometry>
                </mxCell>
                <mxCell id="102" value="" style="shape=tableRow;horizontal=0;startSize=0;swimlaneHead=0;swimlaneBody=0;fillColor=none;collapsible=0;dropTarget=0;points=[[0,0.5],[1,0.5]];portConstraint=eastwest;top=0;left=0;right=0;bottom=0;" parent="92" vertex="1">
                    <mxGeometry y="150" width="180" height="30" as="geometry"/>
                </mxCell>
                <mxCell id="103" value="" style="shape=partialRectangle;connectable=0;fillColor=none;top=0;left=0;bottom=0;right=0;editable=1;overflow=hidden;whiteSpace=wrap;html=1;" parent="102" vertex="1">
                    <mxGeometry width="30" height="30" as="geometry">
                        <mxRectangle width="30" height="30" as="alternateBounds"/>
                    </mxGeometry>
                </mxCell>
-                 <mxCell id="104" value="requseted_clock_in" style="shape=partialRectangle;connectable=0;fillColor=none;top=0;left=0;bottom=0;right=0;align=left;spacingLeft=6;overflow=hidden;whiteSpace=wrap;html=1;" parent="102" vertex="1">
+                 <mxCell id="104" value="requested_clock_in" style="shape=partialRectangle;connectable=0;fillColor=none;top=0;left=0;bottom=0;right=0;align=left;spacingLeft=6;overflow=hidden;whiteSpace=wrap;html=1;" parent="102" vertex="1">
                    <mxGeometry x="30" width="150" height="30" as="geometry">
                        <mxRectangle width="150" height="30" as="alternateBounds"/>
                    </mxGeometry>
                </mxCell>
                <mxCell id="105" value="" style="shape=tableRow;horizontal=0;startSize=0;swimlaneHead=0;swimlaneBody=0;fillColor=none;collapsible=0;dropTarget=0;points=[[0,0.5],[1,0.5]];portConstraint=eastwest;top=0;left=0;right=0;bottom=0;" parent="92" vertex="1">
                    <mxGeometry y="180" width="180" height="30" as="geometry"/>
                </mxCell>
                <mxCell id="106" value="" style="shape=partialRectangle;connectable=0;fillColor=none;top=0;left=0;bottom=0;right=0;editable=1;overflow=hidden;whiteSpace=wrap;html=1;" parent="105" vertex="1">
                    <mxGeometry width="30" height="30" as="geometry">
                        <mxRectangle width="30" height="30" as="alternateBounds"/>
                    </mxGeometry>
                </mxCell>
                <mxCell id="107" value="requested_clock_out" style="shape=partialRectangle;connectable=0;fillColor=none;top=0;left=0;bottom=0;right=0;align=left;spacingLeft=6;overflow=hidden;whiteSpace=wrap;html=1;" parent="105" vertex="1">
                    <mxGeometry x="30" width="150" height="30" as="geometry">
                        <mxRectangle width="150" height="30" as="alternateBounds"/>
                    </mxGeometry>
                </mxCell>
                <mxCell id="108" value="" style="shape=tableRow;horizontal=0;startSize=0;swimlaneHead=0;swimlaneBody=0;fillColor=none;collapsible=0;dropTarget=0;points=[[0,0.5],[1,0.5]];portConstraint=eastwest;top=0;left=0;right=0;bottom=0;" parent="92" vertex="1">
                    <mxGeometry y="210" width="180" height="30" as="geometry"/>
                </mxCell>
                <mxCell id="109" value="" style="shape=partialRectangle;connectable=0;fillColor=none;top=0;left=0;bottom=0;right=0;editable=1;overflow=hidden;whiteSpace=wrap;html=1;" parent="108" vertex="1">
                    <mxGeometry width="30" height="30" as="geometry">
                        <mxRectangle width="30" height="30" as="alternateBounds"/>
                    </mxGeometry>
                </mxCell>
                <mxCell id="110" value="created_at" style="shape=partialRectangle;connectable=0;fillColor=none;top=0;left=0;bottom=0;right=0;align=left;spacingLeft=6;overflow=hidden;whiteSpace=wrap;html=1;" parent="108" vertex="1">
                    <mxGeometry x="30" width="150" height="30" as="geometry">
                        <mxRectangle width="150" height="30" as="alternateBounds"/>
                    </mxGeometry>
                </mxCell>
                <mxCell id="111" value="" style="shape=tableRow;horizontal=0;startSize=0;swimlaneHead=0;swimlaneBody=0;fillColor=none;collapsible=0;dropTarget=0;points=[[0,0.5],[1,0.5]];portConstraint=eastwest;top=0;left=0;right=0;bottom=0;" parent="92" vertex="1">
                    <mxGeometry y="240" width="180" height="30" as="geometry"/>
                </mxCell>
                <mxCell id="112" value="" style="shape=partialRectangle;connectable=0;fillColor=none;top=0;left=0;bottom=0;right=0;editable=1;overflow=hidden;whiteSpace=wrap;html=1;" parent="111" vertex="1">
                    <mxGeometry width="30" height="30" as="geometry">
                        <mxRectangle width="30" height="30" as="alternateBounds"/>
                    </mxGeometry>
                </mxCell>
                <mxCell id="113" value="updated_at" style="shape=partialRectangle;connectable=0;fillColor=none;top=0;left=0;bottom=0;right=0;align=left;spacingLeft=6;overflow=hidden;whiteSpace=wrap;html=1;" parent="111" vertex="1">
                    <mxGeometry x="30" width="150" height="30" as="geometry">
                        <mxRectangle width="150" height="30" as="alternateBounds"/>
                    </mxGeometry>
                </mxCell>
                <mxCell id="117" value="break_requests" style="shape=table;startSize=30;container=1;collapsible=1;childLayout=tableLayout;fixedRows=1;rowLines=0;fontStyle=1;align=center;resizeLast=1;html=1;" parent="1" vertex="1">
                    <mxGeometry x="580" y="40" width="230" height="210" as="geometry"/>
                </mxCell>
                <mxCell id="118" value="" style="shape=tableRow;horizontal=0;startSize=0;swimlaneHead=0;swimlaneBody=0;fillColor=none;collapsible=0;dropTarget=0;points=[[0,0.5],[1,0.5]];portConstraint=eastwest;top=0;left=0;right=0;bottom=1;" parent="117" vertex="1">
                    <mxGeometry y="30" width="230" height="30" as="geometry"/>
                </mxCell>
                <mxCell id="119" value="PK" style="shape=partialRectangle;connectable=0;fillColor=none;top=0;left=0;bottom=0;right=0;fontStyle=1;overflow=hidden;whiteSpace=wrap;html=1;" parent="118" vertex="1">
                    <mxGeometry width="30" height="30" as="geometry">
                        <mxRectangle width="30" height="30" as="alternateBounds"/>
                    </mxGeometry>
                </mxCell>
                <mxCell id="120" value="id" style="shape=partialRectangle;connectable=0;fillColor=none;top=0;left=0;bottom=0;right=0;align=left;spacingLeft=6;fontStyle=5;overflow=hidden;whiteSpace=wrap;html=1;" parent="118" vertex="1">
                    <mxGeometry x="30" width="200" height="30" as="geometry">
                        <mxRectangle width="200" height="30" as="alternateBounds"/>
                    </mxGeometry>
                </mxCell>
                <mxCell id="121" value="" style="shape=tableRow;horizontal=0;startSize=0;swimlaneHead=0;swimlaneBody=0;fillColor=none;collapsible=0;dropTarget=0;points=[[0,0.5],[1,0.5]];portConstraint=eastwest;top=0;left=0;right=0;bottom=0;" parent="117" vertex="1">
                    <mxGeometry y="60" width="230" height="30" as="geometry"/>
                </mxCell>
                <mxCell id="122" value="" style="shape=partialRectangle;connectable=0;fillColor=none;top=0;left=0;bottom=0;right=0;editable=1;overflow=hidden;whiteSpace=wrap;html=1;" parent="121" vertex="1">
                    <mxGeometry width="30" height="30" as="geometry">
                        <mxRectangle width="30" height="30" as="alternateBounds"/>
                    </mxGeometry>
                </mxCell>
                <mxCell id="123" value="attendance_request_id&amp;nbsp; &amp;nbsp; &amp;nbsp; &amp;nbsp;FK&amp;nbsp; &amp;nbsp;&amp;nbsp;" style="shape=partialRectangle;connectable=0;fillColor=none;top=0;left=0;bottom=0;right=0;align=left;spacingLeft=6;overflow=hidden;whiteSpace=wrap;html=1;" parent="121" vertex="1">
                    <mxGeometry x="30" width="200" height="30" as="geometry">
                        <mxRectangle width="200" height="30" as="alternateBounds"/>
                    </mxGeometry>
                </mxCell>
                <mxCell id="130" value="" style="shape=tableRow;horizontal=0;startSize=0;swimlaneHead=0;swimlaneBody=0;fillColor=none;collapsible=0;dropTarget=0;points=[[0,0.5],[1,0.5]];portConstraint=eastwest;top=0;left=0;right=0;bottom=0;" parent="117" vertex="1">
                    <mxGeometry y="90" width="230" height="30" as="geometry"/>
                </mxCell>
                <mxCell id="131" value="" style="shape=partialRectangle;connectable=0;fillColor=none;top=0;left=0;bottom=0;right=0;editable=1;overflow=hidden;whiteSpace=wrap;html=1;" parent="130" vertex="1">
                    <mxGeometry width="30" height="30" as="geometry">
                        <mxRectangle width="30" height="30" as="alternateBounds"/>
                    </mxGeometry>
                </mxCell>
-                 <mxCell id="132" value="requseted_break_start" style="shape=partialRectangle;connectable=0;fillColor=none;top=0;left=0;bottom=0;right=0;align=left;spacingLeft=6;overflow=hidden;whiteSpace=wrap;html=1;" parent="130" vertex="1">
+                 <mxCell id="132" value="requested_break_start" style="shape=partialRectangle;connectable=0;fillColor=none;top=0;left=0;bottom=0;right=0;align=left;spacingLeft=6;overflow=hidden;whiteSpace=wrap;html=1;" parent="130" vertex="1">
                    <mxGeometry x="30" width="200" height="30" as="geometry">
                        <mxRectangle width="200" height="30" as="alternateBounds"/>
                    </mxGeometry>
                </mxCell>
                <mxCell id="133" value="" style="shape=tableRow;horizontal=0;startSize=0;swimlaneHead=0;swimlaneBody=0;fillColor=none;collapsible=0;dropTarget=0;points=[[0,0.5],[1,0.5]];portConstraint=eastwest;top=0;left=0;right=0;bottom=0;" parent="117" vertex="1">
                    <mxGeometry y="120" width="230" height="30" as="geometry"/>
                </mxCell>
                <mxCell id="134" value="" style="shape=partialRectangle;connectable=0;fillColor=none;top=0;left=0;bottom=0;right=0;editable=1;overflow=hidden;whiteSpace=wrap;html=1;" parent="133" vertex="1">
                    <mxGeometry width="30" height="30" as="geometry">
                        <mxRectangle width="30" height="30" as="alternateBounds"/>
                    </mxGeometry>
                </mxCell>
                <mxCell id="135" value="requested_break_end" style="shape=partialRectangle;connectable=0;fillColor=none;top=0;left=0;bottom=0;right=0;align=left;spacingLeft=6;overflow=hidden;whiteSpace=wrap;html=1;" parent="133" vertex="1">
                    <mxGeometry x="30" width="200" height="30" as="geometry">
                        <mxRectangle width="200" height="30" as="alternateBounds"/>
                    </mxGeometry>
                </mxCell>
                <mxCell id="136" value="" style="shape=tableRow;horizontal=0;startSize=0;swimlaneHead=0;swimlaneBody=0;fillColor=none;collapsible=0;dropTarget=0;points=[[0,0.5],[1,0.5]];portConstraint=eastwest;top=0;left=0;right=0;bottom=0;" parent="117" vertex="1">
                    <mxGeometry y="150" width="230" height="30" as="geometry"/>
                </mxCell>
                <mxCell id="137" value="" style="shape=partialRectangle;connectable=0;fillColor=none;top=0;left=0;bottom=0;right=0;editable=1;overflow=hidden;whiteSpace=wrap;html=1;" parent="136" vertex="1">
                    <mxGeometry width="30" height="30" as="geometry">
                        <mxRectangle width="30" height="30" as="alternateBounds"/>
                    </mxGeometry>
                </mxCell>
                <mxCell id="138" value="created_at" style="shape=partialRectangle;connectable=0;fillColor=none;top=0;left=0;bottom=0;right=0;align=left;spacingLeft=6;overflow=hidden;whiteSpace=wrap;html=1;" parent="136" vertex="1">
                    <mxGeometry x="30" width="200" height="30" as="geometry">
                        <mxRectangle width="200" height="30" as="alternateBounds"/>
                    </mxGeometry>
                </mxCell>
                <mxCell id="139" value="" style="shape=tableRow;horizontal=0;startSize=0;swimlaneHead=0;swimlaneBody=0;fillColor=none;collapsible=0;dropTarget=0;points=[[0,0.5],[1,0.5]];portConstraint=eastwest;top=0;left=0;right=0;bottom=0;" parent="117" vertex="1">
                    <mxGeometry y="180" width="230" height="30" as="geometry"/>
                </mxCell>
                <mxCell id="140" value="" style="shape=partialRectangle;connectable=0;fillColor=none;top=0;left=0;bottom=0;right=0;editable=1;overflow=hidden;whiteSpace=wrap;html=1;" parent="139" vertex="1">
                    <mxGeometry width="30" height="30" as="geometry">
                        <mxRectangle width="30" height="30" as="alternateBounds"/>
                    </mxGeometry>
                </mxCell>
                <mxCell id="141" value="updated_at" style="shape=partialRectangle;connectable=0;fillColor=none;top=0;left=0;bottom=0;right=0;align=left;spacingLeft=6;overflow=hidden;whiteSpace=wrap;html=1;" parent="139" vertex="1">
                    <mxGeometry x="30" width="200" height="30" as="geometry">
                        <mxRectangle width="200" height="30" as="alternateBounds"/>
                    </mxGeometry>
                </mxCell>
                <mxCell id="145" value="" style="endArrow=ERzeroToMany;html=1;rounded=0;startArrow=ERmandOne;startFill=0;endFill=0;" parent="1" target="48" edge="1">
                    <mxGeometry relative="1" as="geometry">
                        <mxPoint x="400" y="281" as="sourcePoint"/>
                        <mxPoint x="510" y="290" as="targetPoint"/>
                    </mxGeometry>
                </mxCell>
                <mxCell id="146" value="" style="endArrow=ERzeroToMany;html=1;rounded=0;startArrow=ERzeroToOne;startFill=0;endFill=0;" parent="1" source="48" target="92" edge="1">
                    <mxGeometry relative="1" as="geometry">
                        <mxPoint x="500" y="440" as="sourcePoint"/>
                        <mxPoint x="640" y="430" as="targetPoint"/>
                    </mxGeometry>
                </mxCell>
                <mxCell id="147" value="" style="endArrow=ERmandOne;html=1;rounded=0;exitX=1;exitY=0.5;exitDx=0;exitDy=0;entryX=0;entryY=0.5;entryDx=0;entryDy=0;startArrow=ERzeroToMany;startFill=0;endFill=0;" parent="1" edge="1">
                    <mxGeometry relative="1" as="geometry">
                        <mxPoint x="220" y="494.5" as="sourcePoint"/>
                        <mxPoint x="310" y="494.5" as="targetPoint"/>
                    </mxGeometry>
                </mxCell>
                <mxCell id="148" value="" style="endArrow=ERzeroToMany;html=1;rounded=0;startArrow=ERmandOne;startFill=0;endFill=0;" parent="1" source="139" target="92" edge="1">
                    <mxGeometry relative="1" as="geometry">
                        <mxPoint x="669.5" y="280" as="sourcePoint"/>
                        <mxPoint x="669.5" y="359" as="targetPoint"/>
                    </mxGeometry>
                </mxCell>
            </root>
        </mxGraphModel>
    </diagram>
</mxfile>